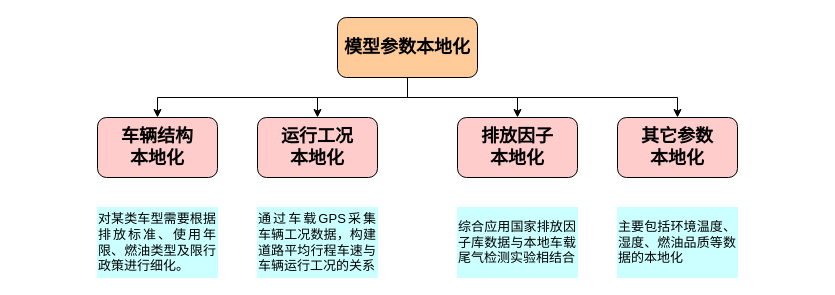
Above: 模型参数本地化.drawio in WienWong/Misc (draw.io), before the change. Source tidied: cells renumbered, new cells numbered last; positions are measured from the earlier drawing's top-left corner, leaving out a move shared by most shapes. Both pictures are drawn from the tidied source at 100%, with x=0, y=0 at pixel (97, 17).
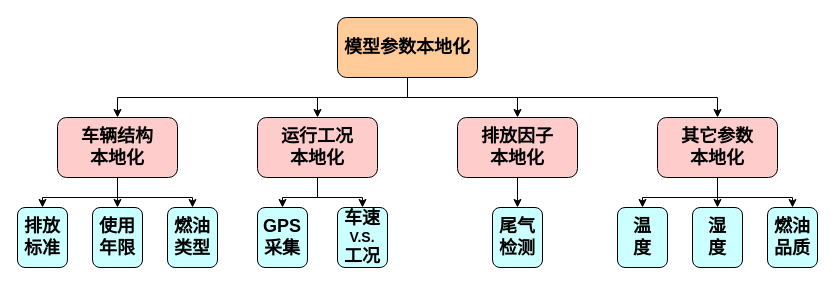
Above is the later version.

Commit message:
Update 模型参数本地化.drawio

The change refers to these unchanged cells:
```xml
<mxCell id="8" value="&lt;font style=&quot;font-size: 18px&quot;&gt;&lt;b&gt;运行工况&lt;br&gt;本地化&lt;/b&gt;&lt;/font&gt;" style="rounded=1;whiteSpace=wrap;html=1;fillColor=#FFCCCC;" parent="1" vertex="1">
  <mxGeometry x="160" y="100" width="120" height="60" as="geometry" />
</mxCell>
<mxCell id="9" value="&lt;font style=&quot;font-size: 18px&quot;&gt;&lt;b&gt;排放因子&lt;br&gt;本地化&lt;/b&gt;&lt;/font&gt;" style="rounded=1;whiteSpace=wrap;html=1;fillColor=#FFCCCC;" parent="1" vertex="1">
  <mxGeometry x="360" y="100" width="120" height="60" as="geometry" />
</mxCell>
```

What changed in the source:
```diff
@@
+    <mxCell id="15" style="edgeStyle=orthogonalEdgeStyle;rounded=0;jettySize=auto;html=1;exitX=0.5;exitY=1;exitDx=0;exitDy=0;entryX=0.5;entryY=0;entryDx=0;entryDy=0;" parent="1" edge="1" source="7" target="24">
+      <mxGeometry relative="1" as="geometry" />
+    </mxCell>
+    <mxCell id="16" style="edgeStyle=orthogonalEdgeStyle;rounded=0;jettySize=auto;html=1;exitX=0.5;exitY=1;exitDx=0;exitDy=0;entryX=0.5;entryY=0;entryDx=0;entryDy=0;" parent="1" edge="1" source="7" target="26">
+      <mxGeometry relative="1" as="geometry" />
+    </mxCell>
+    <mxCell id="17" style="edgeStyle=orthogonalEdgeStyle;rounded=0;jettySize=auto;html=1;exitX=0.5;exitY=1;exitDx=0;exitDy=0;entryX=0.5;entryY=0;entryDx=0;entryDy=0;" parent="1" edge="1" source="7" target="25">
+      <mxGeometry relative="1" as="geometry" />
+    </mxCell>
     <mxCell id="7" value="&lt;font style=&quot;font-size: 18px&quot;&gt;&lt;b&gt;车辆结构&lt;br&gt;本地化&lt;/b&gt;&lt;/font&gt;" style="rounded=1;whiteSpace=wrap;html=1;fillColor=#FFCCCC;" parent="1" vertex="1">
-      <mxGeometry y="100" width="120" height="60" as="geometry" />
+      <mxGeometry x="-40" y="100" width="120" height="60" as="geometry" />
     </mxCell>
+    <mxCell id="18" style="edgeStyle=orthogonalEdgeStyle;rounded=0;jettySize=auto;html=1;exitX=0.5;exitY=1;exitDx=0;exitDy=0;entryX=0.5;entryY=0;entryDx=0;entryDy=0;" parent="1" edge="1" source="8" target="27">
+      <mxGeometry relative="1" as="geometry" />
+    </mxCell>
+    <mxCell id="19" style="edgeStyle=orthogonalEdgeStyle;rounded=0;jettySize=auto;html=1;exitX=0.5;exitY=1;exitDx=0;exitDy=0;entryX=0.5;entryY=0;entryDx=0;entryDy=0;" parent="1" edge="1" source="8" target="28">
+      <mxGeometry relative="1" as="geometry" />
+    </mxCell>
@@
+    <mxCell id="20" style="edgeStyle=orthogonalEdgeStyle;rounded=0;jettySize=auto;html=1;exitX=0.5;exitY=1;exitDx=0;exitDy=0;entryX=0.5;entryY=0;entryDx=0;entryDy=0;" parent="1" edge="1" source="9" target="29">
+      <mxGeometry relative="1" as="geometry" />
+    </mxCell>
@@
+    <mxCell id="21" style="edgeStyle=orthogonalEdgeStyle;rounded=0;jettySize=auto;html=1;exitX=0.5;exitY=1;exitDx=0;exitDy=0;entryX=0.5;entryY=0;entryDx=0;entryDy=0;" parent="1" edge="1" source="10" target="30">
+      <mxGeometry relative="1" as="geometry" />
+    </mxCell>
+    <mxCell id="22" style="edgeStyle=orthogonalEdgeStyle;rounded=0;jettySize=auto;html=1;exitX=0.5;exitY=1;exitDx=0;exitDy=0;entryX=0.5;entryY=0;entryDx=0;entryDy=0;" parent="1" edge="1" source="10" target="32">
+      <mxGeometry relative="1" as="geometry" />
+    </mxCell>
+    <mxCell id="23" style="edgeStyle=orthogonalEdgeStyle;rounded=0;jettySize=auto;html=1;exitX=0.5;exitY=1;exitDx=0;exitDy=0;entryX=0.5;entryY=0;entryDx=0;entryDy=0;" parent="1" edge="1" source="10" target="31">
+      <mxGeometry relative="1" as="geometry" />
+    </mxCell>
     <mxCell id="10" value="&lt;font style=&quot;font-size: 18px&quot;&gt;&lt;b&gt;其它参数&lt;br&gt;本地化&lt;/b&gt;&lt;/font&gt;" style="rounded=1;whiteSpace=wrap;html=1;fillColor=#FFCCCC;" parent="1" vertex="1">
-      <mxGeometry x="520" y="100" width="120" height="60" as="geometry" />
+      <mxGeometry x="560" y="100" width="120" height="60" as="geometry" />
     </mxCell>
-    <mxCell id="11" value="&lt;div style=&quot;text-align: justify&quot;&gt;&lt;span&gt;&lt;font style=&quot;font-size: 13px&quot;&gt;主要包括环境温度、湿度、燃油品质等数据的本地化&lt;/font&gt;&lt;/span&gt;&lt;/div&gt;" style="rounded=0;whiteSpace=wrap;html=1;fillColor=#CCFFFF;strokeColor=#CCFFFF;" parent="1" vertex="1">
-      <mxGeometry x="520" y="190" width="120" height="70" as="geometry" />
-    </mxCell>
-    <mxCell id="12" value="&lt;div style=&quot;text-align: justify&quot;&gt;&lt;span&gt;&lt;font style=&quot;font-size: 13px&quot;&gt;综合应用国家排放因子库数据与本地车载尾气检测实验相结合&lt;/font&gt;&lt;/span&gt;&lt;/div&gt;" style="rounded=0;whiteSpace=wrap;html=1;fillColor=#CCFFFF;strokeColor=#CCFFFF;" parent="1" vertex="1">
-      <mxGeometry x="360" y="190" width="120" height="70" as="geometry" />
-    </mxCell>
-    <mxCell id="13" value="&lt;div style=&quot;text-align: justify&quot;&gt;&lt;span&gt;&lt;font style=&quot;font-size: 13px&quot;&gt;通过车载GPS采集车辆工况数据，构建道路平均行程车速与车辆运行工况的关系&lt;/font&gt;&lt;/span&gt;&lt;/div&gt;" style="rounded=0;whiteSpace=wrap;html=1;fillColor=#CCFFFF;strokeColor=#CCFFFF;" parent="1" vertex="1">
-      <mxGeometry x="160" y="190" width="120" height="70" as="geometry" />
-    </mxCell>
-    <mxCell id="14" value="&lt;div style=&quot;text-align: justify&quot;&gt;&lt;span&gt;对某类车型需要根据排放标准、使用年限、燃油类型及限行政策进行细化。&lt;/span&gt;&lt;/div&gt;" style="rounded=0;whiteSpace=wrap;html=1;fontSize=13;fillColor=#CCFFFF;strokeColor=#CCFFFF;" parent="1" vertex="1">
-      <mxGeometry y="190" width="120" height="70" as="geometry" />
-    </mxCell>
+    <mxCell id="24" value="&lt;font style=&quot;font-size: 18px&quot;&gt;&lt;b&gt;排放标准&lt;/b&gt;&lt;/font&gt;" style="rounded=1;whiteSpace=wrap;html=1;fillColor=#CCFFFF;" parent="1" vertex="1">
+      <mxGeometry x="-80" y="190" width="50" height="60" as="geometry" />
+    </mxCell>
+    <mxCell id="25" value="&lt;font style=&quot;font-size: 18px&quot;&gt;&lt;b&gt;使用年限&lt;/b&gt;&lt;/font&gt;" style="rounded=1;whiteSpace=wrap;html=1;fillColor=#CCFFFF;" parent="1" vertex="1">
+      <mxGeometry x="-5" y="190" width="50" height="60" as="geometry" />
+    </mxCell>
+    <mxCell id="26" value="&lt;font style=&quot;font-size: 18px&quot;&gt;&lt;b&gt;燃油类型&lt;/b&gt;&lt;/font&gt;" style="rounded=1;whiteSpace=wrap;html=1;fillColor=#CCFFFF;" parent="1" vertex="1">
+      <mxGeometry x="70" y="190" width="50" height="60" as="geometry" />
+    </mxCell>
+    <mxCell id="27" value="&lt;font style=&quot;font-size: 18px&quot;&gt;&lt;b&gt;GPS&lt;br&gt;采集&lt;/b&gt;&lt;/font&gt;" style="rounded=1;whiteSpace=wrap;html=1;fillColor=#CCFFFF;" parent="1" vertex="1">
+      <mxGeometry x="160" y="190" width="50" height="60" as="geometry" />
+    </mxCell>
+    <mxCell id="28" value="&lt;b&gt;&lt;span style=&quot;font-size: 18px&quot;&gt;车速&lt;/span&gt;&lt;br&gt;&lt;font style=&quot;font-size: 14px&quot;&gt;V.S.&lt;/font&gt;&lt;br&gt;&lt;/b&gt;&lt;font style=&quot;font-size: 18px&quot;&gt;&lt;b&gt;工况&lt;/b&gt;&lt;/font&gt;" style="rounded=1;whiteSpace=wrap;html=1;fillColor=#CCFFFF;" parent="1" vertex="1">
+      <mxGeometry x="240" y="190" width="50" height="60" as="geometry" />
+    </mxCell>
+    <mxCell id="29" value="&lt;span style=&quot;font-size: 18px&quot;&gt;&lt;b&gt;尾气检测&lt;/b&gt;&lt;/span&gt;" style="rounded=1;whiteSpace=wrap;html=1;fillColor=#CCFFFF;" parent="1" vertex="1">
+      <mxGeometry x="395" y="190" width="50" height="60" as="geometry" />
+    </mxCell>
+    <mxCell id="30" value="&lt;span style=&quot;font-size: 18px&quot;&gt;&lt;b&gt;温&lt;/b&gt;&lt;/span&gt;&lt;span style=&quot;font-size: 18px&quot;&gt;&lt;b&gt;&lt;br&gt;度&lt;/b&gt;&lt;/span&gt;" style="rounded=1;whiteSpace=wrap;html=1;fillColor=#CCFFFF;" parent="1" vertex="1">
+      <mxGeometry x="520" y="190" width="50" height="60" as="geometry" />
+    </mxCell>
+    <mxCell id="31" value="&lt;span style=&quot;font-size: 18px&quot;&gt;&lt;b&gt;湿&lt;/b&gt;&lt;/span&gt;&lt;span style=&quot;font-size: 18px&quot;&gt;&lt;b&gt;&lt;br&gt;度&lt;/b&gt;&lt;/span&gt;" style="rounded=1;whiteSpace=wrap;html=1;fillColor=#CCFFFF;" parent="1" vertex="1">
+      <mxGeometry x="595" y="190" width="50" height="60" as="geometry" />
+    </mxCell>
+    <mxCell id="32" value="&lt;span style=&quot;font-size: 18px&quot;&gt;&lt;b&gt;燃油&lt;br&gt;&lt;/b&gt;&lt;/span&gt;&lt;b&gt;&lt;font style=&quot;font-size: 18px&quot;&gt;品质&lt;/font&gt;&lt;/b&gt;" style="rounded=1;whiteSpace=wrap;html=1;fillColor=#CCFFFF;" parent="1" vertex="1">
+      <mxGeometry x="670" y="190" width="50" height="60" as="geometry" />
+    </mxCell>
```
